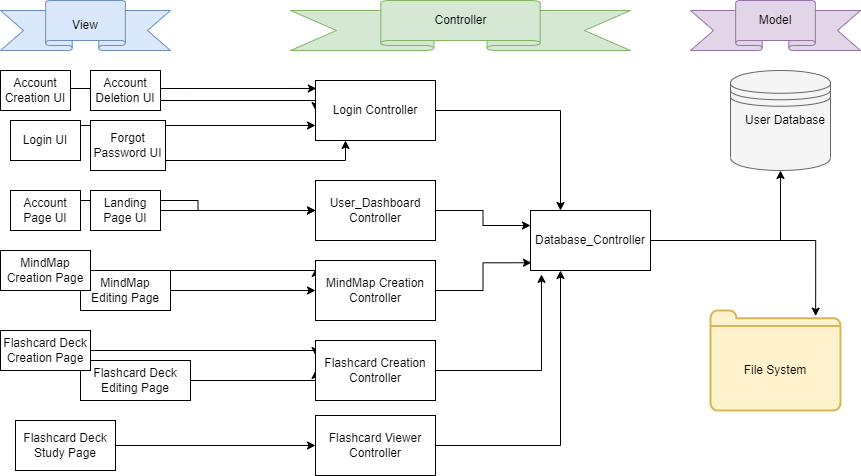
The draw.io diagram UML_Diagrams/pngs/Architecture_Diagram.drawio.png in kylehackett99/HourWork, before a commit. Source tidied: cells renumbered, new cells last; positions are measured from the earlier drawing's top-left corner, leaving out a move shared by most shapes.
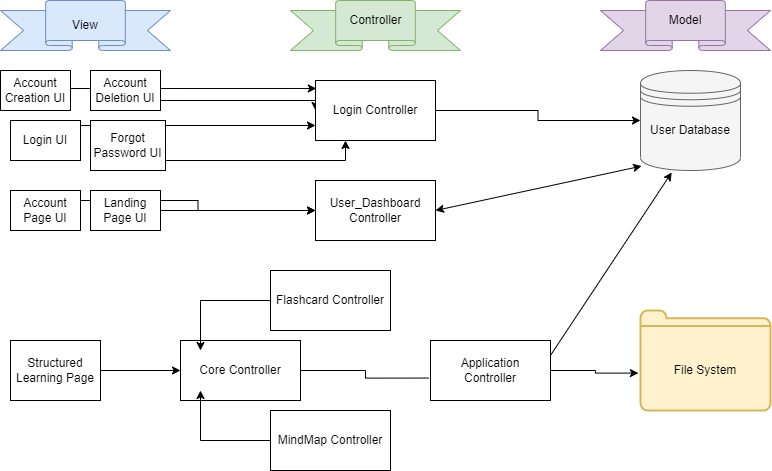
After the change.

Change to the diagram source:
```diff
@@ -6,19 +6,19 @@
       <mxGeometry width="170" height="50" as="geometry" />
     </mxCell>
     <mxCell id="3" style="verticalLabelPosition=bottom;verticalAlign=top;html=1;shape=mxgraph.basic.banner;fillColor=#d5e8d4;strokeColor=#82b366;" parent="1" vertex="1">
-      <mxGeometry x="290" width="340" height="50" as="geometry" />
+      <mxGeometry x="290" width="170" height="50" as="geometry" />
     </mxCell>
     <mxCell id="4" style="verticalLabelPosition=bottom;verticalAlign=top;html=1;shape=mxgraph.basic.banner;fillColor=#e1d5e7;strokeColor=#9673a6;" parent="1" vertex="1">
-      <mxGeometry x="690" width="170" height="50" as="geometry" />
+      <mxGeometry x="600" width="170" height="50" as="geometry" />
     </mxCell>
     <mxCell id="5" value="View" style="text;html=1;strokeColor=none;fillColor=none;align=center;verticalAlign=middle;whiteSpace=wrap;rounded=0;" parent="1" vertex="1">
       <mxGeometry x="55" y="10" width="60" height="30" as="geometry" />
     </mxCell>
     <mxCell id="6" value="Controller" style="text;html=1;strokeColor=none;fillColor=none;align=center;verticalAlign=middle;whiteSpace=wrap;rounded=0;" parent="1" vertex="1">
-      <mxGeometry x="427.5" width="65" height="40" as="geometry" />
+      <mxGeometry x="342.5" width="65" height="40" as="geometry" />
     </mxCell>
     <mxCell id="7" value="Model" style="text;html=1;strokeColor=none;fillColor=none;align=center;verticalAlign=middle;whiteSpace=wrap;rounded=0;" parent="1" vertex="1">
-      <mxGeometry x="745" y="5" width="60" height="30" as="geometry" />
+      <mxGeometry x="655" y="5" width="60" height="30" as="geometry" />
     </mxCell>
     <mxCell id="8" style="edgeStyle=orthogonalEdgeStyle;rounded=0;jettySize=auto;html=1;exitX=1;exitY=0.5;exitDx=0;exitDy=0;entryX=0;entryY=0.75;entryDx=0;entryDy=0;" parent="1" edge="1" source="9" target="17">
       <mxGeometry relative="1" as="geometry">
@@ -62,17 +62,17 @@
     <mxCell id="15" value="Account Deletion UI" style="rounded=0;whiteSpace=wrap;html=1;" parent="1" vertex="1">
       <mxGeometry x="90" y="70" width="70" height="40" as="geometry" />
     </mxCell>
-    <mxCell id="16" style="edgeStyle=orthogonalEdgeStyle;rounded=0;jettySize=auto;html=1;entryX=0.25;entryY=0;entryDx=0;entryDy=0;" parent="1" edge="1" source="17" target="46">
-      <mxGeometry relative="1" as="geometry" />
-    </mxCell>
+    <mxCell id="47" style="edgeStyle=orthogonalEdgeStyle;rounded=0;jettySize=auto;html=1;exitX=1;exitY=0.5;exitDx=0;exitDy=0;entryX=0;entryY=0.5;entryDx=0;entryDy=0;" parent="1" edge="1" source="17" target="18">
+      <mxGeometry relative="1" as="geometry" />
+    </mxCell>
     <mxCell id="17" value="Login Controller" style="rounded=0;whiteSpace=wrap;html=1;" parent="1" vertex="1">
       <mxGeometry x="315" y="80" width="120" height="60" as="geometry" />
     </mxCell>
     <mxCell id="18" style="shape=datastore;whiteSpace=wrap;html=1;fillColor=#f5f5f5;fontColor=#333333;strokeColor=#666666;" parent="1" vertex="1">
-      <mxGeometry x="730" y="70" width="100" height="100" as="geometry" />
+      <mxGeometry x="640" y="70" width="100" height="100" as="geometry" />
     </mxCell>
     <mxCell id="19" value="User Database" style="text;html=1;strokeColor=none;fillColor=none;align=center;verticalAlign=middle;whiteSpace=wrap;rounded=0;" parent="1" vertex="1">
-      <mxGeometry x="740" y="100" width="90" height="40" as="geometry" />
+      <mxGeometry x="645" y="110" width="90" height="40" as="geometry" />
     </mxCell>
     <mxCell id="20" style="edgeStyle=orthogonalEdgeStyle;rounded=0;jettySize=auto;html=1;exitX=1;exitY=0.25;exitDx=0;exitDy=0;entryX=0;entryY=0.5;entryDx=0;entryDy=0;" parent="1" edge="1" source="21" target="23">
       <mxGeometry relative="1" as="geometry" />
@@ -80,92 +80,62 @@
     <mxCell id="21" value="Account Page UI" style="rounded=0;whiteSpace=wrap;html=1;" parent="1" vertex="1">
       <mxGeometry x="10" y="190" width="70" height="40" as="geometry" />
     </mxCell>
-    <mxCell id="22" style="edgeStyle=orthogonalEdgeStyle;rounded=0;jettySize=auto;html=1;entryX=0;entryY=0.25;entryDx=0;entryDy=0;" parent="1" edge="1" source="23" target="46">
-      <mxGeometry relative="1" as="geometry" />
-    </mxCell>
     <mxCell id="23" value="User_Dashboard&lt;br&gt;Controller" style="rounded=0;whiteSpace=wrap;html=1;" parent="1" vertex="1">
       <mxGeometry x="315" y="180" width="120" height="60" as="geometry" />
     </mxCell>
+    <mxCell id="48" style="endArrow=classic;startArrow=classic;html=1;rounded=0;entryX=0.011;entryY=0.956;entryDx=0;entryDy=0;entryPerimeter=0;exitX=1;exitY=0.5;exitDx=0;exitDy=0;" parent="1" edge="1" source="23" target="18">
+      <mxGeometry relative="1" as="geometry" />
+    </mxCell>
     <mxCell id="24" style="edgeStyle=orthogonalEdgeStyle;rounded=0;jettySize=auto;html=1;exitX=1;exitY=0.5;exitDx=0;exitDy=0;entryX=0;entryY=0.5;entryDx=0;entryDy=0;" parent="1" edge="1" source="25" target="23">
       <mxGeometry relative="1" as="geometry" />
     </mxCell>
     <mxCell id="25" value="Landing Page UI" style="rounded=0;whiteSpace=wrap;html=1;" parent="1" vertex="1">
       <mxGeometry x="90" y="190" width="70" height="40" as="geometry" />
     </mxCell>
-    <mxCell id="26" style="edgeStyle=orthogonalEdgeStyle;rounded=0;jettySize=auto;html=1;entryX=0;entryY=0.5;entryDx=0;entryDy=0;" parent="1" edge="1" source="27" target="37">
-      <mxGeometry relative="1" as="geometry" />
-    </mxCell>
-    <mxCell id="27" value="MindMap Editing Page" style="rounded=0;whiteSpace=wrap;html=1;" parent="1" vertex="1">
-      <mxGeometry x="80" y="270" width="90" height="40" as="geometry" />
-    </mxCell>
-    <mxCell id="28" style="edgeStyle=orthogonalEdgeStyle;rounded=0;jettySize=auto;html=1;entryX=0.002;entryY=0.134;entryDx=0;entryDy=0;entryPerimeter=0;" parent="1" edge="1" source="29" target="37">
-      <mxGeometry relative="1" as="geometry">
-        <Array as="points">
-          <mxPoint x="315" y="270" />
-        </Array>
-      </mxGeometry>
-    </mxCell>
-    <mxCell id="29" value="MindMap Creation Page" style="rounded=0;whiteSpace=wrap;html=1;" parent="1" vertex="1">
-      <mxGeometry y="250" width="90" height="40" as="geometry" />
-    </mxCell>
-    <mxCell id="30" style="edgeStyle=orthogonalEdgeStyle;rounded=0;jettySize=auto;html=1;entryX=0;entryY=0.5;entryDx=0;entryDy=0;" parent="1" edge="1" source="31" target="39">
-      <mxGeometry relative="1" as="geometry">
-        <Array as="points">
-          <mxPoint x="315" y="380" />
-        </Array>
-      </mxGeometry>
-    </mxCell>
-    <mxCell id="31" value="Flashcard Deck Editing Page" style="rounded=0;whiteSpace=wrap;html=1;" parent="1" vertex="1">
-      <mxGeometry x="80" y="360" width="110" height="40" as="geometry" />
-    </mxCell>
-    <mxCell id="32" style="edgeStyle=orthogonalEdgeStyle;rounded=0;jettySize=auto;html=1;entryX=0;entryY=0.25;entryDx=0;entryDy=0;" parent="1" edge="1" source="33" target="39">
-      <mxGeometry relative="1" as="geometry">
-        <Array as="points">
-          <mxPoint x="315" y="350" />
-        </Array>
-      </mxGeometry>
-    </mxCell>
-    <mxCell id="33" value="Flashcard Deck Creation Page" style="rounded=0;whiteSpace=wrap;html=1;" parent="1" vertex="1">
-      <mxGeometry y="330" width="90" height="40" as="geometry" />
-    </mxCell>
-    <mxCell id="34" style="edgeStyle=orthogonalEdgeStyle;rounded=0;jettySize=auto;html=1;exitX=1;exitY=0.5;exitDx=0;exitDy=0;entryX=0;entryY=0.5;entryDx=0;entryDy=0;" parent="1" edge="1" source="35" target="41">
-      <mxGeometry relative="1" as="geometry" />
-    </mxCell>
-    <mxCell id="35" value="Flashcard Deck Study Page" style="rounded=0;whiteSpace=wrap;html=1;" parent="1" vertex="1">
-      <mxGeometry x="15" y="420" width="100" height="50" as="geometry" />
-    </mxCell>
-    <mxCell id="36" style="edgeStyle=orthogonalEdgeStyle;rounded=0;jettySize=auto;html=1;exitX=1;exitY=0.5;exitDx=0;exitDy=0;entryX=0.008;entryY=0.871;entryDx=0;entryDy=0;entryPerimeter=0;" parent="1" edge="1" source="37" target="46">
-      <mxGeometry relative="1" as="geometry" />
-    </mxCell>
+    <mxCell id="49" style="edgeStyle=orthogonalEdgeStyle;rounded=0;jettySize=auto;html=1;entryX=-0.016;entryY=0.626;entryDx=0;entryDy=0;entryPerimeter=0;startArrow=none;" parent="1" edge="1" source="56" target="42">
+      <mxGeometry relative="1" as="geometry" />
+    </mxCell>
-    <mxCell id="37" value="MindMap Creation Controller" style="rounded=0;whiteSpace=wrap;html=1;" parent="1" vertex="1">
-      <mxGeometry x="315" y="260" width="120" height="60" as="geometry" />
+    <mxCell id="37" value="Core Controller" style="rounded=0;whiteSpace=wrap;html=1;" parent="1" vertex="1">
+      <mxGeometry x="180" y="340" width="120" height="60" as="geometry" />
     </mxCell>
-    <mxCell id="38" style="edgeStyle=orthogonalEdgeStyle;rounded=0;jettySize=auto;html=1;entryX=0.092;entryY=1.065;entryDx=0;entryDy=0;entryPerimeter=0;" parent="1" edge="1" source="39" target="46">
-      <mxGeometry relative="1" as="geometry" />
-    </mxCell>
+    <mxCell id="50" style="edgeStyle=orthogonalEdgeStyle;rounded=0;jettySize=auto;html=1;" parent="1" edge="1" source="39">
+      <mxGeometry relative="1" as="geometry">
+        <mxPoint x="200" y="350" as="targetPoint" />
+      </mxGeometry>
+    </mxCell>
-    <mxCell id="39" value="Flashcard Creation Controller" style="rounded=0;whiteSpace=wrap;html=1;" parent="1" vertex="1">
-      <mxGeometry x="315" y="340" width="120" height="60" as="geometry" />
+    <mxCell id="39" value="Flashcard Controller" style="rounded=0;whiteSpace=wrap;html=1;" parent="1" vertex="1">
+      <mxGeometry x="270" y="270" width="120" height="60" as="geometry" />
     </mxCell>
-    <mxCell id="40" style="edgeStyle=orthogonalEdgeStyle;rounded=0;jettySize=auto;html=1;entryX=0.25;entryY=1;entryDx=0;entryDy=0;" parent="1" edge="1" source="41" target="46">
-      <mxGeometry relative="1" as="geometry" />
-    </mxCell>
-    <mxCell id="41" value="Flashcard Viewer Controller" style="rounded=0;whiteSpace=wrap;html=1;" parent="1" vertex="1">
-      <mxGeometry x="315" y="415" width="120" height="60" as="geometry" />
-    </mxCell>
     <mxCell id="42" style="html=1;verticalLabelPosition=bottom;align=center;labelBackgroundColor=#ffffff;verticalAlign=top;strokeWidth=2;strokeColor=#d6b656;shadow=0;dashed=0;shape=mxgraph.ios7.icons.folder;fillColor=#fff2cc;" parent="1" vertex="1">
-      <mxGeometry x="710" y="310" width="130" height="100" as="geometry" />
+      <mxGeometry x="640" y="310" width="130" height="100" as="geometry" />
     </mxCell>
+    <mxCell id="51" style="endArrow=classic;html=1;rounded=0;entryX=0.312;entryY=1.02;entryDx=0;entryDy=0;entryPerimeter=0;" parent="1" edge="1" target="18">
+      <mxGeometry relative="1" as="geometry">
+        <mxPoint x="540" y="370" as="sourcePoint" />
+      </mxGeometry>
+    </mxCell>
     <mxCell id="43" value="File System" style="text;html=1;strokeColor=none;fillColor=none;align=center;verticalAlign=middle;whiteSpace=wrap;rounded=0;" parent="1" vertex="1">
-      <mxGeometry x="730" y="347.5" width="90" height="45" as="geometry" />
+      <mxGeometry x="660" y="347.5" width="90" height="45" as="geometry" />
     </mxCell>
-    <mxCell id="44" style="edgeStyle=orthogonalEdgeStyle;rounded=0;jettySize=auto;html=1;entryX=0.5;entryY=1;entryDx=0;entryDy=0;" parent="1" edge="1" source="46" target="18">
-      <mxGeometry relative="1" as="geometry" />
-    </mxCell>
-    <mxCell id="45" style="edgeStyle=orthogonalEdgeStyle;rounded=0;jettySize=auto;html=1;exitX=1;exitY=0.5;exitDx=0;exitDy=0;entryX=0.809;entryY=0.056;entryDx=0;entryDy=0;entryPerimeter=0;" parent="1" edge="1" source="46" target="42">
-      <mxGeometry relative="1" as="geometry" />
-    </mxCell>
-    <mxCell id="46" value="Database_Controller" style="rounded=0;whiteSpace=wrap;html=1;" parent="1" vertex="1">
-      <mxGeometry x="530" y="210" width="120" height="60" as="geometry" />
-    </mxCell>
+    <mxCell id="52" style="edgeStyle=orthogonalEdgeStyle;rounded=0;jettySize=auto;html=1;" parent="1" edge="1" source="53">
+      <mxGeometry relative="1" as="geometry">
+        <mxPoint x="200" y="390" as="targetPoint" />
+      </mxGeometry>
+    </mxCell>
+    <mxCell id="53" value="MindMap Controller" style="rounded=0;whiteSpace=wrap;html=1;" parent="1" vertex="1">
+      <mxGeometry x="270" y="410" width="120" height="60" as="geometry" />
+    </mxCell>
+    <mxCell id="54" style="edgeStyle=orthogonalEdgeStyle;rounded=0;jettySize=auto;html=1;entryX=0;entryY=0.5;entryDx=0;entryDy=0;" parent="1" edge="1" source="55" target="37">
+      <mxGeometry relative="1" as="geometry" />
+    </mxCell>
+    <mxCell id="55" value="Structured Learning Page" style="rounded=0;whiteSpace=wrap;html=1;" parent="1" vertex="1">
+      <mxGeometry x="10" y="340" width="90" height="60" as="geometry" />
+    </mxCell>
+    <mxCell id="56" value="Application&lt;br&gt;Controller" style="rounded=0;whiteSpace=wrap;html=1;" parent="1" vertex="1">
+      <mxGeometry x="430" y="340" width="120" height="60" as="geometry" />
+    </mxCell>
+    <mxCell id="57" style="edgeStyle=orthogonalEdgeStyle;rounded=0;jettySize=auto;html=1;entryX=-0.016;entryY=0.626;entryDx=0;entryDy=0;entryPerimeter=0;endArrow=none;" parent="1" edge="1" source="37" target="56">
+      <mxGeometry relative="1" as="geometry" />
+    </mxCell>
   </root>
 </mxGraphModel>
```
